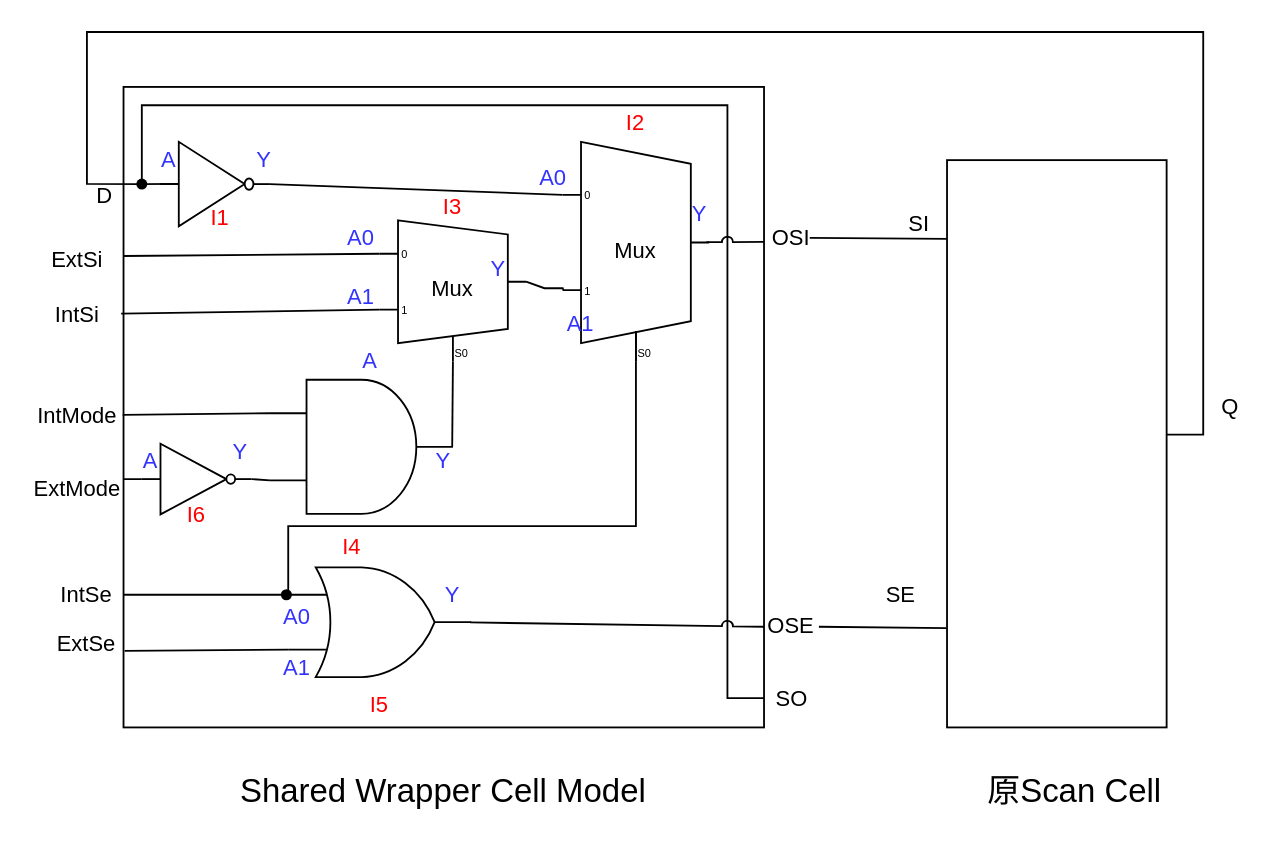
This is 未命名绘图.drawio from Gao-June/Algorithm_Exercise, a draw.io file, before an edit. Source tidied: cells renumbered, new cells numbered last; positions are measured from the earlier drawing's top-left corner, leaving out a move shared by most shapes. Both pictures are drawn from the tidied source at 183%, with x=0, y=0 at pixel (31, 31).
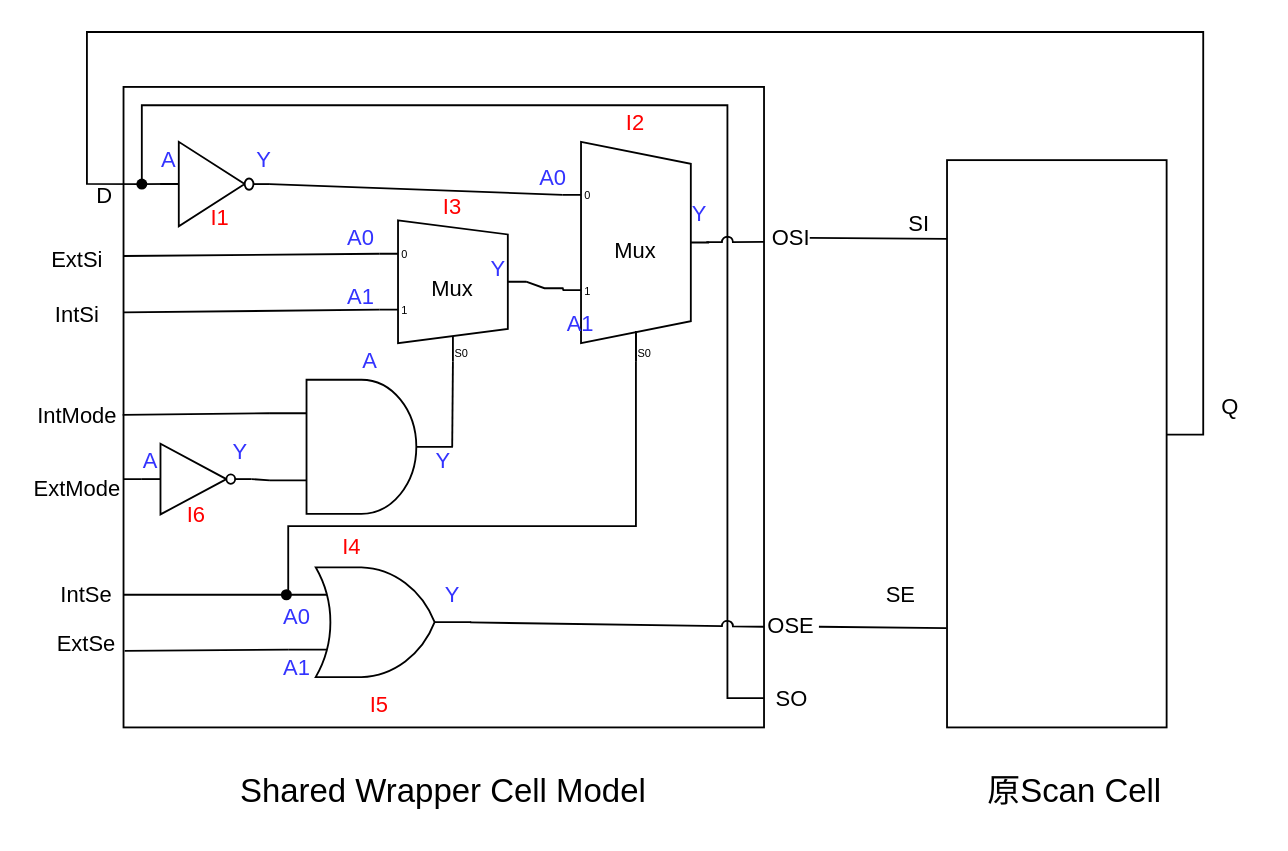
Above is the later version.

Commit message:
更新未命名绘图.drawio

Unchanged cells that the change refers to:
```xml
<mxCell id="2" style="rounded=0;whiteSpace=wrap;html=1;" parent="1" vertex="1">
  <mxGeometry x="50" y="30" width="350" height="350" as="geometry" />
</mxCell>
<mxCell id="8" value="IntSi" style="text;html=1;align=center;verticalAlign=middle;whiteSpace=wrap;rounded=0;" parent="1" vertex="1">
  <mxGeometry y="140" width="50" height="30" as="geometry" />
</mxCell>
<mxCell id="22" value="Mux" style="shadow=0;dashed=0;align=center;html=1;strokeWidth=1;shape=mxgraph.electrical.abstract.mux2;whiteSpace=wrap;" parent="21" vertex="1">
  <mxGeometry y="12.9" width="80" height="77.1" as="geometry" />
</mxCell>
```

The edit, as a diff of the source:
```diff
@@
-    <mxCell id="41" style="endArrow=none;html=1;rounded=0;entryX=0;entryY=0.5944444444444444;entryDx=0;entryDy=3;entryPerimeter=0;exitX=0.974;exitY=0.464;exitDx=0;exitDy=0;exitPerimeter=0;" parent="1" edge="1" source="8" target="22">
+    <mxCell id="41" style="endArrow=none;html=1;rounded=0;entryX=0;entryY=0.5944444444444444;entryDx=0;entryDy=3;entryPerimeter=0;exitX=0;exitY=0.352;exitDx=0;exitDy=0;exitPerimeter=0;" parent="1" edge="1" source="2" target="22">
       <mxGeometry relative="1" as="geometry" />
     </mxCell>
```
